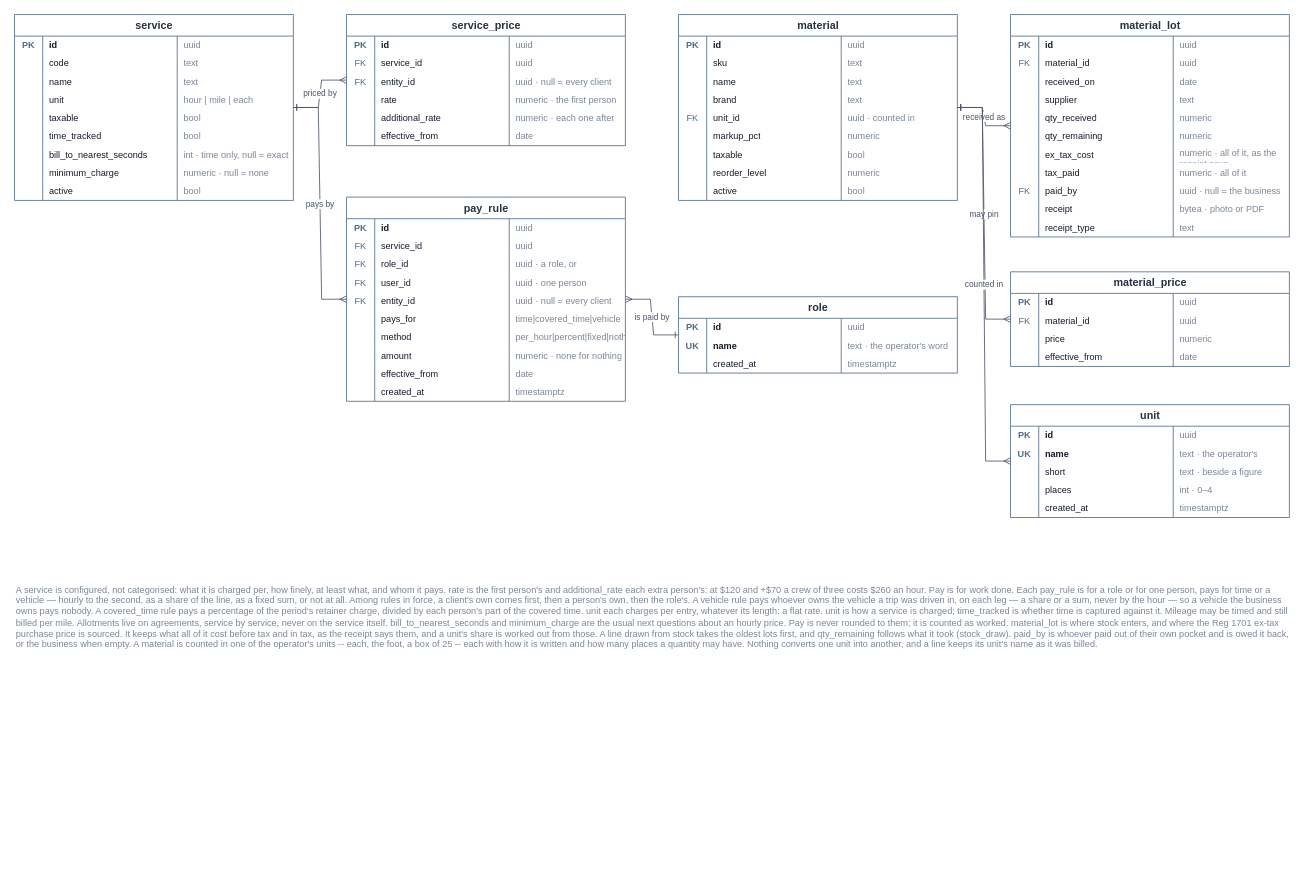
Above: docs/schema/03-catalogue.drawio in TylerVigario/reckon (draw.io), before the change. Source tidied: cells renumbered, new cells numbered last; positions are measured from the earlier drawing's top-left corner, leaving out a move shared by most shapes. Both pictures are drawn from the tidied source at 83%, with x=0, y=0 at pixel (14, 14).
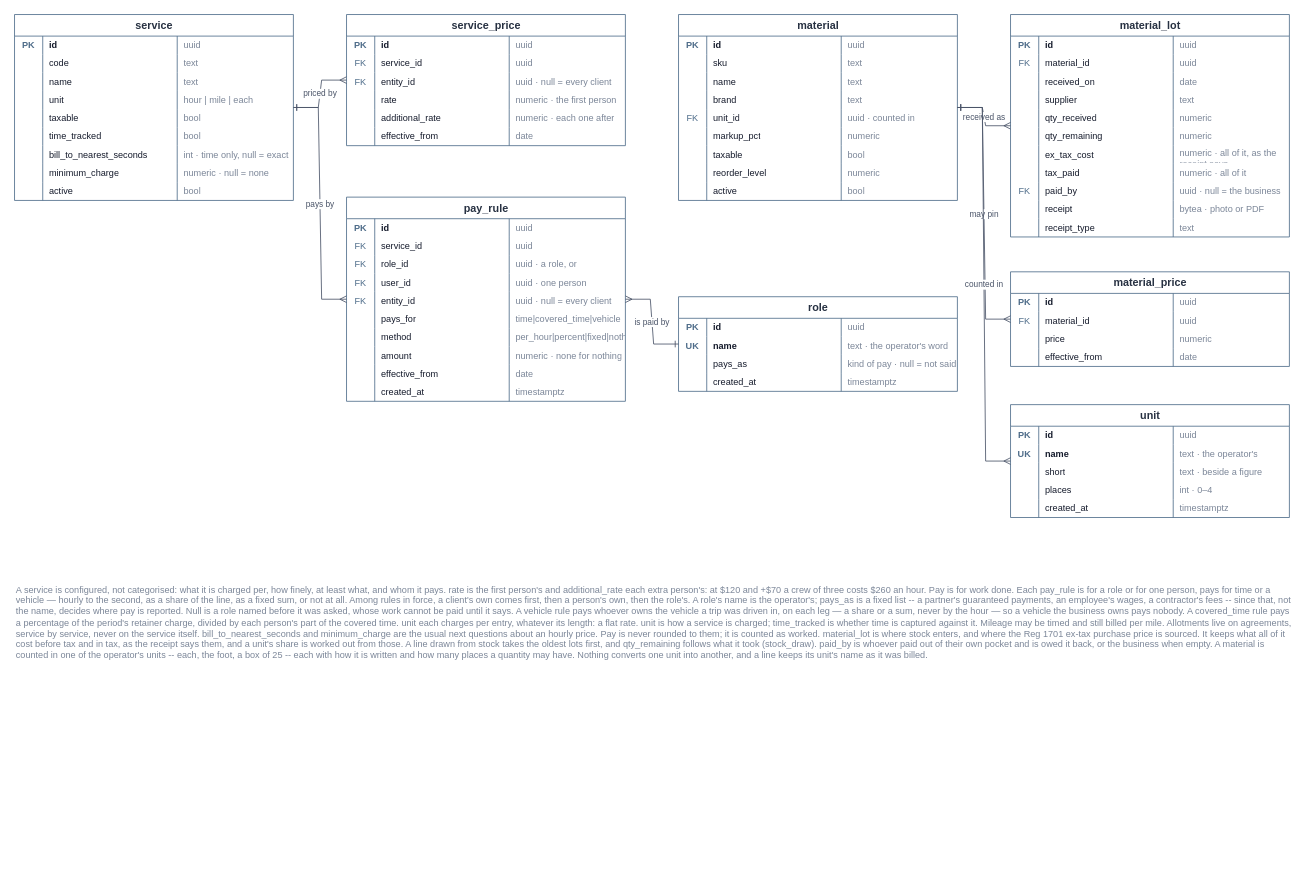
Above is the later version.

The change refers to these unchanged cells:
```xml
<mxCell id="114" style="shape=tableRow;horizontal=0;startSize=0;swimlaneHead=0;swimlaneBody=0;fillColor=none;top=0;left=0;right=0;bottom=0;strokeColor=#d4dae4;" parent="105" vertex="1">
  <mxGeometry y="70" width="336" height="22" as="geometry" />
</mxCell>
```

What changed in the source:
```diff
@@
     <mxCell id="105" value="role" style="shape=table;startSize=26;childLayout=tableLayout;rowLines=0;fontStyle=1;align=center;html=1;fillColor=#ffffff;strokeColor=#4f6d8a;fontColor=#273142;fontSize=13;" parent="1" vertex="1">
-      <mxGeometry x="800" y="340" width="336" height="92" as="geometry" />
+      <mxGeometry x="800" y="340" width="336" height="114" as="geometry" />
     </mxCell>
@@
-    <mxCell id="116" value="created_at" style="shape=partialRectangle;fillColor=none;top=0;left=0;bottom=0;right=0;overflow=hidden;whiteSpace=wrap;html=1;fontSize=11;align=left;spacingLeft=6;fontColor=#141a2b;" parent="114" vertex="1">
+    <mxCell id="116" value="pays_as" style="shape=partialRectangle;fillColor=none;top=0;left=0;bottom=0;right=0;overflow=hidden;whiteSpace=wrap;html=1;fontSize=11;align=left;spacingLeft=6;fontColor=#141a2b;" parent="114" vertex="1">
       <mxGeometry x="34" width="162" height="22" as="geometry" />
     </mxCell>
-    <mxCell id="117" value="timestamptz" style="shape=partialRectangle;fillColor=none;top=0;left=0;bottom=0;right=0;overflow=hidden;whiteSpace=wrap;html=1;fontSize=11;align=left;spacingLeft=6;fontColor=#7b8698;" parent="114" vertex="1">
+    <mxCell id="117" value="kind of pay · null = not said" style="shape=partialRectangle;fillColor=none;top=0;left=0;bottom=0;right=0;overflow=hidden;whiteSpace=wrap;html=1;fontSize=11;align=left;spacingLeft=6;fontColor=#7b8698;" parent="114" vertex="1">
       <mxGeometry x="196" width="140" height="22" as="geometry" />
     </mxCell>
+    <mxCell id="245" style="shape=tableRow;horizontal=0;startSize=0;swimlaneHead=0;swimlaneBody=0;fillColor=none;top=0;left=0;right=0;bottom=0;strokeColor=#d4dae4;" parent="105" vertex="1">
+      <mxGeometry y="92" width="336" height="22" as="geometry" />
+    </mxCell>
+    <mxCell id="246" style="shape=partialRectangle;fillColor=none;top=0;left=0;bottom=0;right=0;overflow=hidden;whiteSpace=wrap;html=1;fontSize=11;align=center;spacingLeft=0;fontColor=#141a2b;" parent="245" vertex="1">
+      <mxGeometry width="34" height="22" as="geometry" />
+    </mxCell>
+    <mxCell id="247" value="created_at" style="shape=partialRectangle;fillColor=none;top=0;left=0;bottom=0;right=0;overflow=hidden;whiteSpace=wrap;html=1;fontSize=11;align=left;spacingLeft=6;fontColor=#141a2b;" parent="245" vertex="1">
+      <mxGeometry x="34" width="162" height="22" as="geometry" />
+    </mxCell>
+    <mxCell id="248" value="timestamptz" style="shape=partialRectangle;fillColor=none;top=0;left=0;bottom=0;right=0;overflow=hidden;whiteSpace=wrap;html=1;fontSize=11;align=left;spacingLeft=6;fontColor=#7b8698;" parent="245" vertex="1">
+      <mxGeometry x="196" width="140" height="22" as="geometry" />
+    </mxCell>
@@
-    <mxCell id="244" value="A service is configured, not categorised: what it is charged per, how finely, at least what, and whom it pays.  rate is the first person's and additional_rate each extra person's: at $120 and +$70 a crew of three costs $260 an hour.  Pay is for work done. Each pay_rule is for a role or for one person, pays for time or a vehicle — hourly to the second, as a share of the line, as a fixed sum, or not at all. Among rules in force, a client's own comes first, then a person's own, then the role's.  A vehicle rule pays whoever owns the vehicle a trip was driven in, on each leg — a share or a sum, never by the hour — so a vehicle the business owns pays nobody.  A covered_time rule pays a percentage of the period's retainer charge, divided by each person's part of the covered time.  unit each charges per entry, whatever its length: a flat rate.  unit is how a service is charged; time_tracked is whether time is captured against it. Mileage may be timed and still billed per mile.  Allotments live on agreements, service by service, never on the service itself.  bill_to_nearest_seconds and minimum_charge are the usual next questions about an hourly price. Pay is never rounded to them; it is counted as worked.  material_lot is where stock enters, and where the Reg 1701 ex-tax purchase price is sourced. It keeps what all of it cost before tax and in tax, as the receipt says them, and a unit's share is worked out from those. A line drawn from stock takes the oldest lots first, and qty_remaining follows what it took (stock_draw). paid_by is whoever paid out of their own pocket and is owed it back, or the business when empty.  A material is counted in one of the operator's units -- each, the foot, a box of 25 -- each with how it is written and how many places a quantity may have. Nothing converts one unit into another, and a line keeps its unit's name as it was billed." style="text;html=1;strokeColor=none;fillColor=none;align=left;verticalAlign=top;fontSize=11;fontColor=#7b8698;whiteSpace=wrap;" parent="1" vertex="1">
+    <mxCell id="244" value="A service is configured, not categorised: what it is charged per, how finely, at least what, and whom it pays.  rate is the first person's and additional_rate each extra person's: at $120 and +$70 a crew of three costs $260 an hour.  Pay is for work done. Each pay_rule is for a role or for one person, pays for time or a vehicle — hourly to the second, as a share of the line, as a fixed sum, or not at all. Among rules in force, a client's own comes first, then a person's own, then the role's.  A role's name is the operator's; pays_as is a fixed list -- a partner's guaranteed payments, an employee's wages, a contractor's fees -- since that, not the name, decides where pay is reported. Null is a role named before it was asked, whose work cannot be paid until it says.  A vehicle rule pays whoever owns the vehicle a trip was driven in, on each leg — a share or a sum, never by the hour — so a vehicle the business owns pays nobody.  A covered_time rule pays a percentage of the period's retainer charge, divided by each person's part of the covered time.  unit each charges per entry, whatever its length: a flat rate.  unit is how a service is charged; time_tracked is whether time is captured against it. Mileage may be timed and still billed per mile.  Allotments live on agreements, service by service, never on the service itself.  bill_to_nearest_seconds and minimum_charge are the usual next questions about an hourly price. Pay is never rounded to them; it is counted as worked.  material_lot is where stock enters, and where the Reg 1701 ex-tax purchase price is sourced. It keeps what all of it cost before tax and in tax, as the receipt says them, and a unit's share is worked out from those. A line drawn from stock takes the oldest lots first, and qty_remaining follows what it took (stock_draw). paid_by is whoever paid out of their own pocket and is owed it back, or the business when empty.  A material is counted in one of the operator's units -- each, the foot, a box of 25 -- each with how it is written and how many places a quantity may have. Nothing converts one unit into another, and a line keeps its unit's name as it was billed." style="text;html=1;strokeColor=none;fillColor=none;align=left;verticalAlign=top;fontSize=11;fontColor=#7b8698;whiteSpace=wrap;" parent="1" vertex="1">
       <mxGeometry y="680" width="1540" height="360" as="geometry" />
     </mxCell>
```
